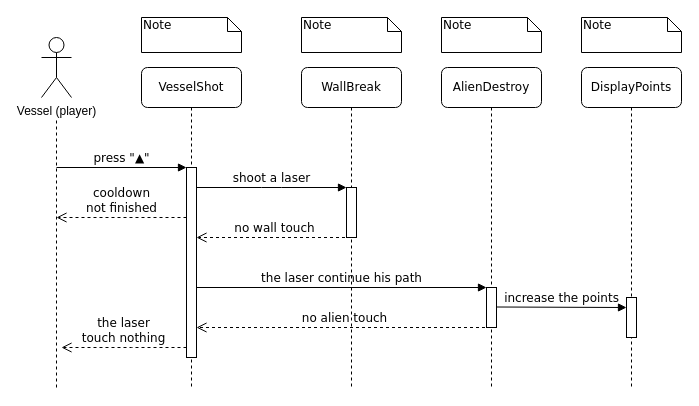
Earlier version of the draw.io diagram Diagramme-Sequence-Tir.drawio (TheoOrlando/Spacy-X). Source tidied: cells renumbered, new cells numbered last; positions are measured from the earlier drawing's top-left corner, leaving out a move shared by most shapes. Both pictures are drawn from the tidied source at 100%, with x=0, y=0 at pixel (41, 17).
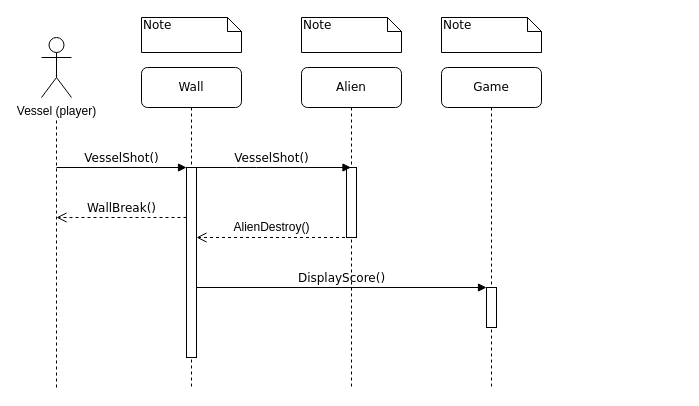
After the change.

Commit message (it also covers changes not shown here):
création  et modification de diagramme de sequence

Unchanged cells that the change refers to:
```xml
<mxCell id="3" style="html=1;points=[];perimeter=orthogonalPerimeter;rounded=0;shadow=0;comic=0;labelBackgroundColor=none;strokeWidth=1;fontFamily=Verdana;fontSize=12;align=center;" parent="2" vertex="1">
  <mxGeometry x="45" y="100" width="10" height="190" as="geometry" />
</mxCell>
<mxCell id="12" style="html=1;points=[];perimeter=orthogonalPerimeter;rounded=0;shadow=0;comic=0;labelBackgroundColor=none;strokeWidth=1;fontFamily=Verdana;fontSize=12;align=center;" parent="10" vertex="1">
  <mxGeometry x="45" y="220" width="10" height="40" as="geometry" />
</mxCell>
```

What changed in the source:
```diff
@@
-    <mxCell id="2" value="VesselShot" style="shape=umlLifeline;perimeter=lifelinePerimeter;whiteSpace=wrap;html=1;rounded=1;shadow=0;comic=0;labelBackgroundColor=none;strokeWidth=1;fontFamily=Verdana;fontSize=12;align=center;" parent="1" vertex="1">
+    <mxCell id="2" value="Wall" style="shape=umlLifeline;perimeter=lifelinePerimeter;whiteSpace=wrap;html=1;rounded=1;shadow=0;comic=0;labelBackgroundColor=none;strokeWidth=1;fontFamily=Verdana;fontSize=12;align=center;" parent="1" vertex="1">
       <mxGeometry x="100" y="50" width="100" height="320" as="geometry" />
     </mxCell>
@@
-    <mxCell id="4" value="cooldown &lt;br&gt;not finished" style="html=1;verticalAlign=bottom;endArrow=open;dashed=1;endSize=8;labelBackgroundColor=none;fontFamily=Verdana;fontSize=12;edgeStyle=elbowEdgeStyle;elbow=vertical;" parent="2" edge="1">
+    <mxCell id="4" value="WallBreak()" style="html=1;verticalAlign=bottom;endArrow=open;dashed=1;endSize=8;labelBackgroundColor=none;fontFamily=Verdana;fontSize=12;edgeStyle=elbowEdgeStyle;elbow=vertical;" parent="2" edge="1">
       <mxGeometry relative="1" as="geometry">
         <mxPoint x="45" y="150" as="sourcePoint" />
         <mxPoint x="-85" y="150" as="targetPoint" />
         <Array as="points">
           <mxPoint x="-10" y="150" />
           <mxPoint x="20" y="150" />
         </Array>
       </mxGeometry>
     </mxCell>
-    <mxCell id="5" value="no wall touch" style="html=1;verticalAlign=bottom;endArrow=open;dashed=1;endSize=8;labelBackgroundColor=none;fontFamily=Verdana;fontSize=12;edgeStyle=elbowEdgeStyle;elbow=vertical;" parent="2" edge="1" source="8">
+    <mxCell id="5" style="html=1;verticalAlign=bottom;endArrow=open;dashed=1;endSize=8;labelBackgroundColor=none;fontFamily=Verdana;fontSize=12;edgeStyle=elbowEdgeStyle;elbow=vertical;" parent="2" edge="1" source="8">
       <mxGeometry relative="1" as="geometry">
         <mxPoint x="55" y="170" as="targetPoint" />
         <Array as="points">
           <mxPoint x="130" y="170" />
           <mxPoint x="160" y="170" />
         </Array>
       </mxGeometry>
     </mxCell>
-    <mxCell id="6" value="no alien touch" style="html=1;verticalAlign=bottom;endArrow=open;dashed=1;endSize=8;labelBackgroundColor=none;fontFamily=Verdana;fontSize=12;edgeStyle=elbowEdgeStyle;elbow=vertical;" parent="2" edge="1" source="10">
-      <mxGeometry relative="1" as="geometry">
-        <mxPoint x="55" y="260" as="targetPoint" />
-        <Array as="points">
-          <mxPoint x="130" y="260" />
-          <mxPoint x="160" y="260" />
-        </Array>
-      </mxGeometry>
-    </mxCell>
-    <mxCell id="7" value="the laser &lt;br&gt;touch nothing" style="html=1;verticalAlign=bottom;endArrow=open;dashed=1;endSize=8;labelBackgroundColor=none;fontFamily=Verdana;fontSize=12;edgeStyle=elbowEdgeStyle;elbow=vertical;" parent="2" edge="1">
-      <mxGeometry relative="1" as="geometry">
-        <mxPoint x="45" y="280" as="sourcePoint" />
-        <mxPoint x="-80" y="280" as="targetPoint" />
-        <Array as="points">
-          <mxPoint x="-20" y="280" />
-          <mxPoint x="10" y="280" />
-        </Array>
-      </mxGeometry>
-    </mxCell>
-    <mxCell id="8" value="WallBreak" style="shape=umlLifeline;perimeter=lifelinePerimeter;whiteSpace=wrap;html=1;outlineConnect=0;rounded=1;shadow=0;comic=0;labelBackgroundColor=none;strokeWidth=1;fontFamily=Verdana;fontSize=12;align=center;" parent="1" vertex="1">
+    <mxCell id="8" value="Alien" style="shape=umlLifeline;perimeter=lifelinePerimeter;whiteSpace=wrap;html=1;outlineConnect=0;rounded=1;shadow=0;comic=0;labelBackgroundColor=none;strokeWidth=1;fontFamily=Verdana;fontSize=12;align=center;" parent="1" vertex="1">
       <mxGeometry x="260" y="50" width="100" height="320" as="geometry" />
     </mxCell>
     <mxCell id="9" style="html=1;points=[];perimeter=orthogonalPerimeter;rounded=0;shadow=0;comic=0;labelBackgroundColor=none;strokeWidth=1;fontFamily=Verdana;fontSize=12;align=center;" parent="8" vertex="1">
-      <mxGeometry x="45" y="120" width="10" height="50" as="geometry" />
+      <mxGeometry x="45" y="100" width="10" height="70" as="geometry" />
     </mxCell>
-    <mxCell id="10" value="AlienDestroy" style="shape=umlLifeline;perimeter=lifelinePerimeter;whiteSpace=wrap;html=1;outlineConnect=0;rounded=1;shadow=0;comic=0;labelBackgroundColor=none;strokeWidth=1;fontFamily=Verdana;fontSize=12;align=center;" parent="1" vertex="1">
+    <mxCell id="10" value="Game" style="shape=umlLifeline;perimeter=lifelinePerimeter;whiteSpace=wrap;html=1;outlineConnect=0;rounded=1;shadow=0;comic=0;labelBackgroundColor=none;strokeWidth=1;fontFamily=Verdana;fontSize=12;align=center;" parent="1" vertex="1">
       <mxGeometry x="400" y="50" width="100" height="320" as="geometry" />
     </mxCell>
-    <mxCell id="11" value="the laser continue his path" style="html=1;verticalAlign=bottom;endArrow=block;labelBackgroundColor=none;fontFamily=Verdana;fontSize=12;" parent="10" edge="1" target="12">
+    <mxCell id="11" value="DisplayScore()" style="html=1;verticalAlign=bottom;endArrow=block;labelBackgroundColor=none;fontFamily=Verdana;fontSize=12;" parent="10" edge="1" target="12">
       <mxGeometry relative="1" as="geometry">
         <mxPoint x="-245" y="220" as="sourcePoint" />
       </mxGeometry>
     </mxCell>
@@
-    <mxCell id="13" value="increase the points" style="html=1;verticalAlign=bottom;endArrow=block;labelBackgroundColor=none;fontFamily=Verdana;fontSize=12;edgeStyle=elbowEdgeStyle;elbow=vertical;" parent="10" edge="1" target="15">
-      <mxGeometry relative="1" as="geometry">
-        <mxPoint x="55" y="239.5" as="sourcePoint" />
-      </mxGeometry>
-    </mxCell>
-    <mxCell id="14" value="DisplayPoints" style="shape=umlLifeline;perimeter=lifelinePerimeter;whiteSpace=wrap;html=1;rounded=1;shadow=0;comic=0;labelBackgroundColor=none;strokeWidth=1;fontFamily=Verdana;fontSize=12;align=center;" parent="1" vertex="1">
-      <mxGeometry x="540" y="50" width="100" height="320" as="geometry" />
-    </mxCell>
-    <mxCell id="15" style="html=1;points=[];perimeter=orthogonalPerimeter;rounded=0;shadow=0;comic=0;labelBackgroundColor=none;strokeWidth=1;fontFamily=Verdana;fontSize=12;align=center;" parent="14" vertex="1">
-      <mxGeometry x="45" y="230" width="10" height="40" as="geometry" />
-    </mxCell>
-    <mxCell id="16" value="press &quot;▲&quot;" style="html=1;verticalAlign=bottom;endArrow=block;entryX=0;entryY=0;labelBackgroundColor=none;fontFamily=Verdana;fontSize=12;edgeStyle=elbowEdgeStyle;elbow=vertical;" parent="1" edge="1" target="3">
+    <mxCell id="16" value="VesselShot()" style="html=1;verticalAlign=bottom;endArrow=block;entryX=0;entryY=0;labelBackgroundColor=none;fontFamily=Verdana;fontSize=12;edgeStyle=elbowEdgeStyle;elbow=vertical;" parent="1" edge="1" target="3">
       <mxGeometry relative="1" as="geometry">
         <mxPoint x="15" y="150" as="sourcePoint" />
       </mxGeometry>
     </mxCell>
-    <mxCell id="17" value="shoot a laser" style="html=1;verticalAlign=bottom;endArrow=block;entryX=0;entryY=0;labelBackgroundColor=none;fontFamily=Verdana;fontSize=12;edgeStyle=elbowEdgeStyle;elbow=vertical;" parent="1" edge="1" source="3" target="9">
-      <mxGeometry relative="1" as="geometry" />
-    </mxCell>
@@
-    <mxCell id="21" value="Note" style="shape=note;whiteSpace=wrap;html=1;size=14;verticalAlign=top;align=left;spacingTop=-6;rounded=0;shadow=0;comic=0;labelBackgroundColor=none;strokeWidth=1;fontFamily=Verdana;fontSize=12;" parent="1" vertex="1">
-      <mxGeometry x="540" width="100" height="35" as="geometry" />
-    </mxCell>
@@
+    <mxCell id="24" value="VesselShot()" style="html=1;verticalAlign=bottom;endArrow=block;labelBackgroundColor=none;fontFamily=Verdana;fontSize=12;edgeStyle=elbowEdgeStyle;elbow=vertical;" parent="1" edge="1" target="8">
+      <mxGeometry relative="1" as="geometry">
+        <mxPoint x="150" y="150" as="sourcePoint" />
+      </mxGeometry>
+    </mxCell>
+    <mxCell id="25" value="AlienDestroy()" style="text;html=1;align=center;verticalAlign=middle;strokeColor=none;fillColor=none;" parent="1" vertex="1">
+      <mxGeometry x="180" y="195" width="100" height="30" as="geometry" />
+    </mxCell>
```
